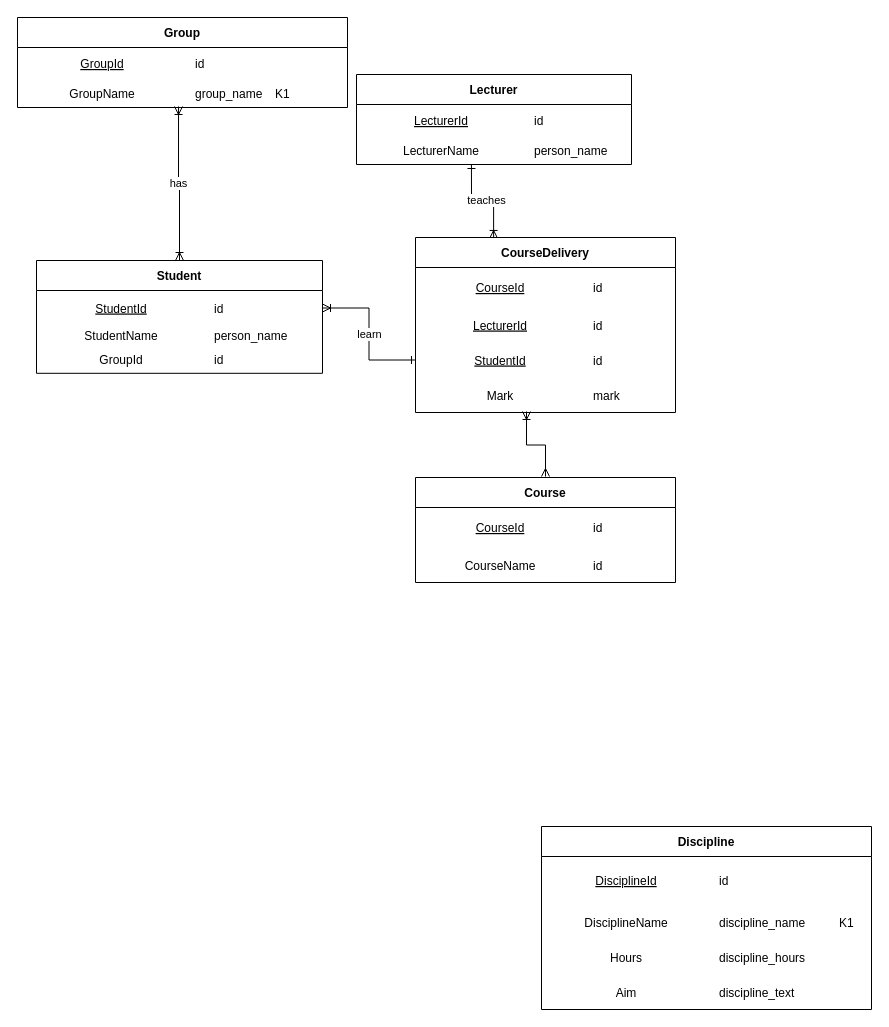
Before: l4_university_ERM.drawio in agatiks/generation, a draw.io diagram. Source tidied: cells renumbered, new cells numbered last; positions are measured from the earlier drawing's top-left corner, leaving out a move shared by most shapes. Both pictures are drawn from the tidied source at 100%, with x=0, y=0 at pixel (17, 17).
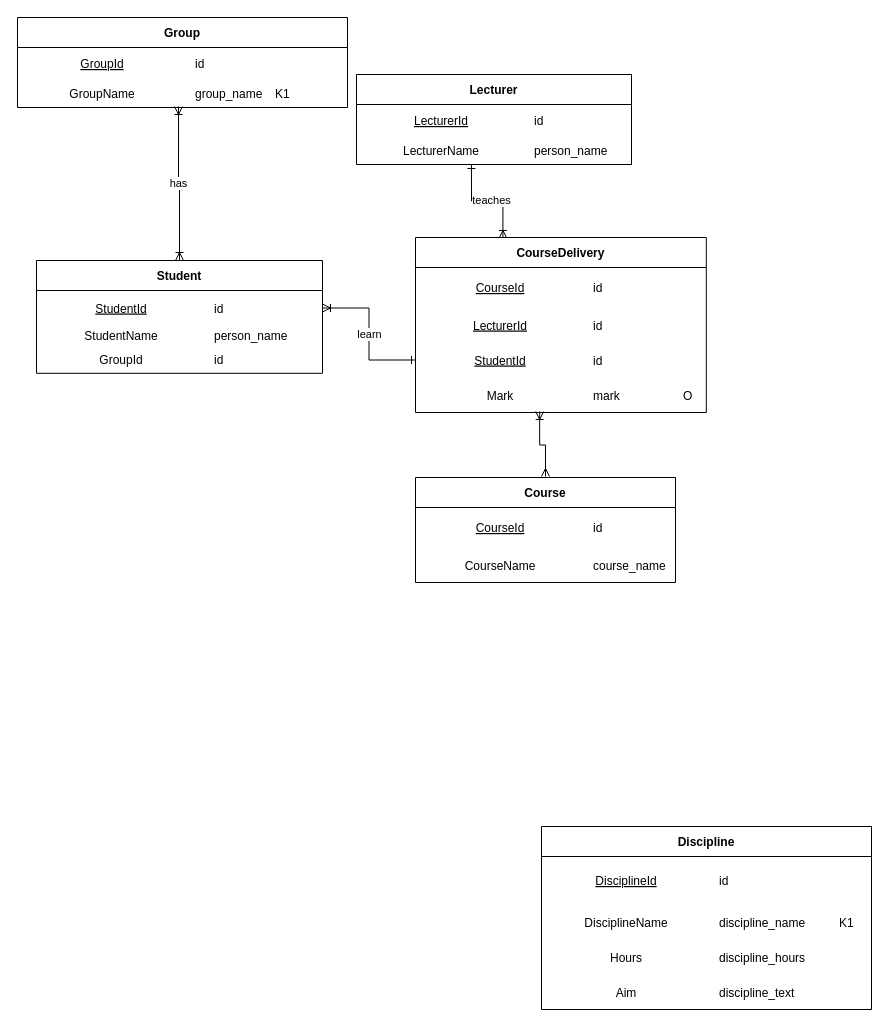
The same diagram, later.

Unchanged cells that the change refers to:
```xml
<mxCell id="53" style="shape=partialRectangle;fillColor=none;top=0;left=0;right=0;bottom=0;" parent="49" vertex="1">
  <mxGeometry y="70" width="260" height="35" as="geometry" />
</mxCell>
```

Change to the diagram source:
```diff
@@
-    <mxCell id="55" value="id" style="shape=partialRectangle;overflow=hidden;fillColor=none;top=0;left=0;bottom=0;right=0;align=left;spacingLeft=6;perimeterSpacing=4;strokeColor=default;strokeWidth=0;" parent="53" vertex="1">
+    <mxCell id="55" value="course_name" style="shape=partialRectangle;overflow=hidden;fillColor=none;top=0;left=0;bottom=0;right=0;align=left;spacingLeft=6;perimeterSpacing=4;strokeColor=default;strokeWidth=0;" parent="53" vertex="1">
       <mxGeometry x="170" width="90" height="35" as="geometry" />
     </mxCell>
     <mxCell id="56" value="CourseDelivery" style="shape=table;startSize=30;childLayout=tableLayout;rowLines=0;fontStyle=1;align=center;strokeColor=default;perimeterSpacing=1;strokeWidth=1;swimlaneLine=1;columnLines=0;rounded=0;" parent="1" vertex="1">
-      <mxGeometry x="398" y="220" width="260" height="175" as="geometry" />
+      <mxGeometry x="398" y="220" width="290.8" height="175" as="geometry" />
     </mxCell>
     <mxCell id="57" style="shape=partialRectangle;fillColor=none;top=0;left=0;right=0;bottom=0;" parent="56" vertex="1">
-      <mxGeometry y="30" width="260" height="40" as="geometry" />
+      <mxGeometry y="30" width="290.8" height="40" as="geometry" />
     </mxCell>
@@
+    <mxCell id="70" style="shape=partialRectangle;overflow=hidden;fillColor=none;top=0;left=0;bottom=0;right=0;align=left;spacingLeft=6;perimeterSpacing=4;strokeColor=default;strokeWidth=0;" parent="57" vertex="1">
+      <mxGeometry x="260" width="30.8" height="40" as="geometry" />
+    </mxCell>
     <mxCell id="60" style="shape=partialRectangle;fillColor=none;top=0;left=0;right=0;bottom=0;" parent="56" vertex="1">
-      <mxGeometry y="70" width="260" height="35" as="geometry" />
+      <mxGeometry y="70" width="290.8" height="35" as="geometry" />
     </mxCell>
@@
+    <mxCell id="71" style="shape=partialRectangle;overflow=hidden;fillColor=none;top=0;left=0;bottom=0;right=0;align=left;spacingLeft=6;perimeterSpacing=4;strokeColor=default;strokeWidth=0;" parent="60" vertex="1">
+      <mxGeometry x="260" width="30.8" height="35" as="geometry" />
+    </mxCell>
     <mxCell id="63" style="shape=partialRectangle;fillColor=none;points=[[0,0.5],[1,0.5]];portConstraint=eastwest;top=0;left=0;right=0;bottom=0;" parent="56" vertex="1">
-      <mxGeometry y="105" width="260" height="35" as="geometry" />
+      <mxGeometry y="105" width="290.8" height="35" as="geometry" />
     </mxCell>
@@
+    <mxCell id="72" style="shape=partialRectangle;overflow=hidden;fillColor=none;top=0;left=0;bottom=0;right=0;align=left;spacingLeft=6;perimeterSpacing=4;strokeColor=default;strokeWidth=0;" parent="63" vertex="1">
+      <mxGeometry x="260" width="30.8" height="35" as="geometry" />
+    </mxCell>
     <mxCell id="66" style="shape=partialRectangle;fillColor=none;points=[[0,0.5],[1,0.5]];portConstraint=eastwest;top=0;left=0;right=0;bottom=0;" parent="56" vertex="1">
-      <mxGeometry y="140" width="260" height="35" as="geometry" />
+      <mxGeometry y="140" width="290.8" height="35" as="geometry" />
     </mxCell>
@@
+    <mxCell id="73" value="O" style="shape=partialRectangle;overflow=hidden;fillColor=none;top=0;left=0;bottom=0;right=0;align=left;spacingLeft=6;perimeterSpacing=4;strokeColor=default;strokeWidth=0;" parent="66" vertex="1">
+      <mxGeometry x="260" width="30.8" height="35" as="geometry" />
+    </mxCell>
```
